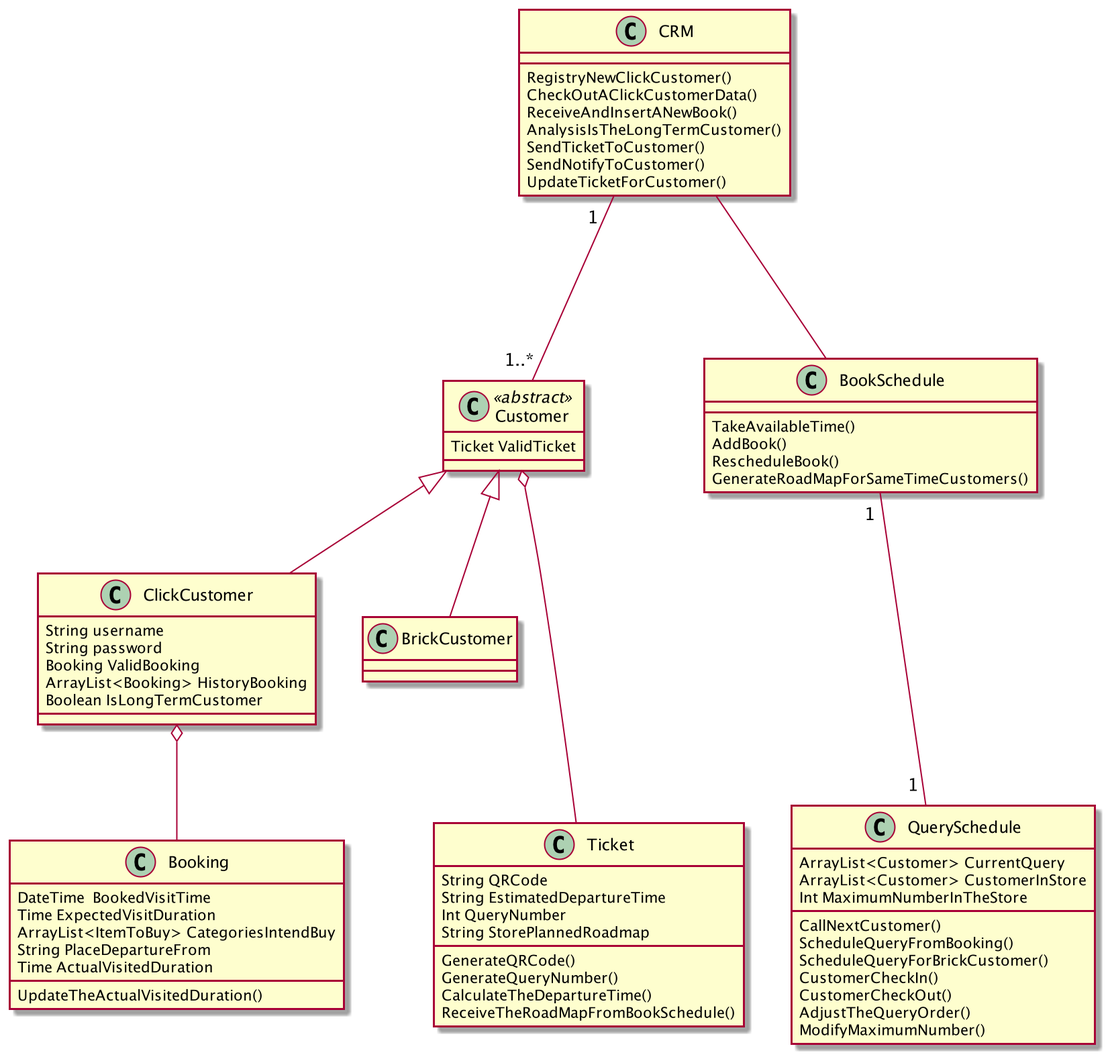
ZHANG-Y-D/RASD-DD-CLup-CustomersLineup keeps this PlantUML diagram as RASD/Images/class_diagram.png. Above is the earlier version.
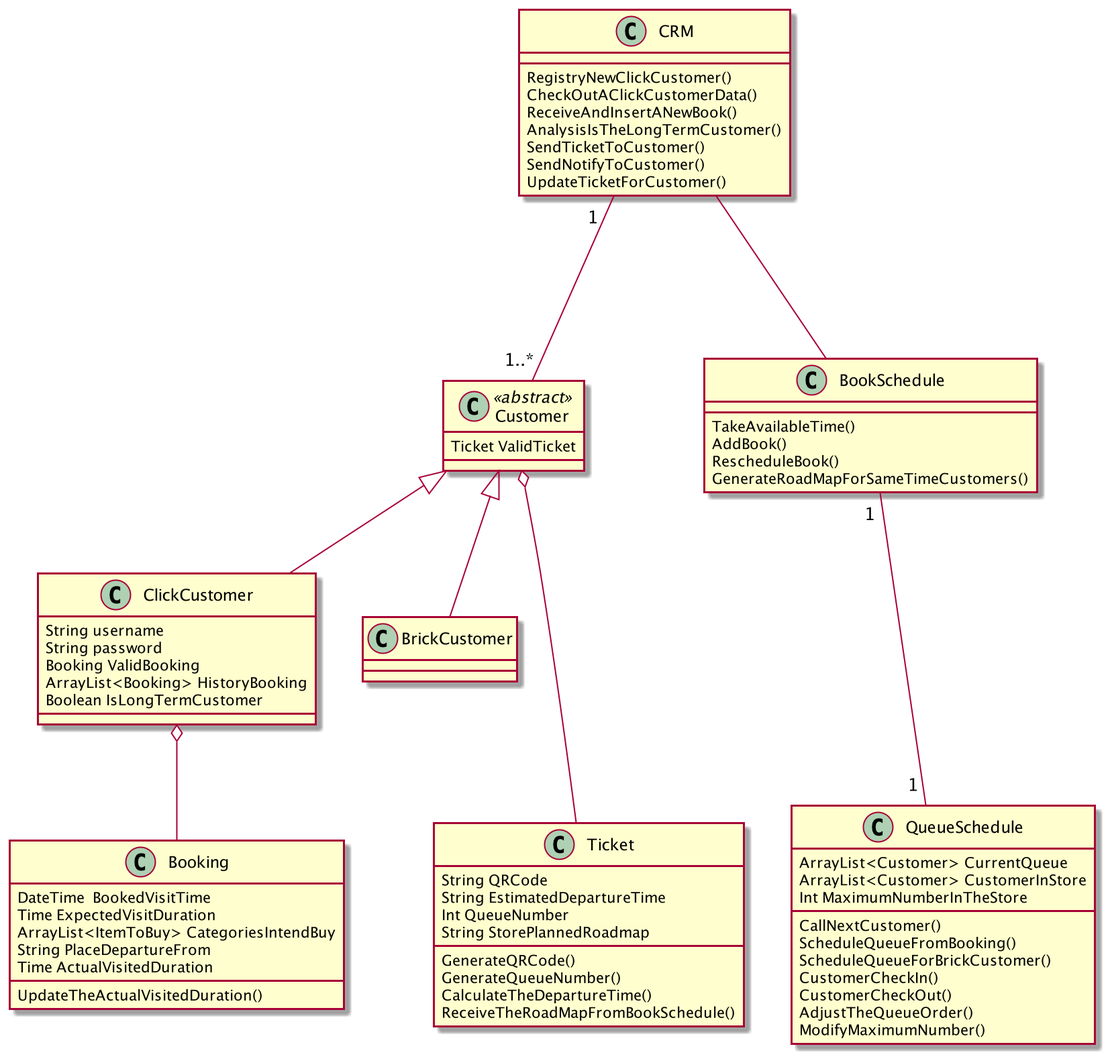
Later version of the same file.

Commit message:
Completed the use case, sequence, and the scenario in the Section 3.2

The edit, as a diff of the source:
```diff
@@ -28,25 +28,25 @@
 class Ticket{
 String QRCode
 String EstimatedDepartureTime
-Int QueryNumber
+Int QueueNumber
 String StorePlannedRoadmap
 GenerateQRCode()
-GenerateQueryNumber()
+GenerateQueueNumber()
 CalculateTheDepartureTime()
 ReceiveTheRoadMapFromBookSchedule()
 }
 
 
-class QuerySchedule{
-ArrayList<Customer> CurrentQuery
+class QueueSchedule{
+ArrayList<Customer> CurrentQueue
 ArrayList<Customer> CustomerInStore
 Int MaximumNumberInTheStore
 CallNextCustomer()
-ScheduleQueryFromBooking()
-ScheduleQueryForBrickCustomer()
+ScheduleQueueFromBooking()
+ScheduleQueueForBrickCustomer()
 CustomerCheckIn()
 CustomerCheckOut()
-AdjustTheQueryOrder()
+AdjustTheQueueOrder()
 ModifyMaximumNumber()
 }
 
@@ -71,7 +71,7 @@
 Customer <|-- ClickCustomer
 Customer <|-- BrickCustomer
 CRM --- BookSchedule
-BookSchedule "1 " --- "1 " QuerySchedule
+BookSchedule "1 " --- "1 " QueueSchedule
 CRM "1  " --- "1..*" Customer
 Customer o--- Ticket
 
```
